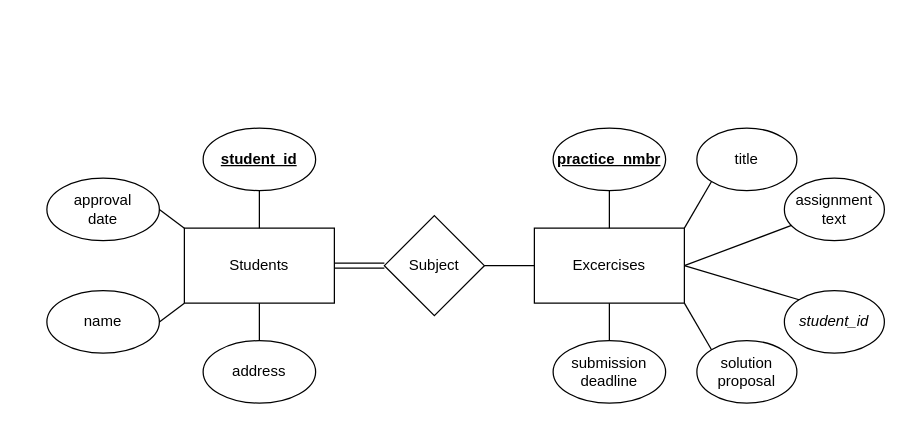
Earlier version of the draw.io diagram ER_Students_Excercises.drawio (oscar-dif/data-warehouse). Source tidied: cells renumbered, new cells numbered last; positions are measured from the earlier drawing's top-left corner, leaving out a move shared by most shapes. Both pictures are drawn from the tidied source at 125%, with x=0, y=0 at pixel (46, 128).
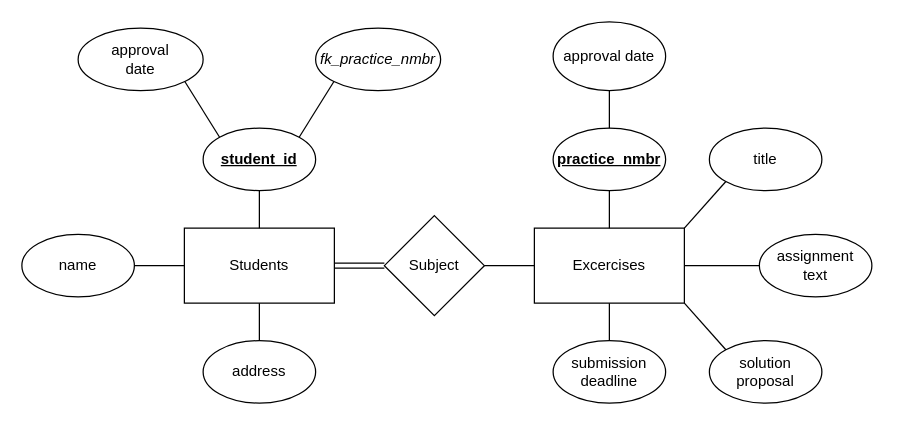
After the change.

Unchanged cells that the change refers to:
```xml
<mxCell id="3" value="Students" style="rounded=0;whiteSpace=wrap;html=1;" parent="1" vertex="1">
  <mxGeometry x="110" y="80" width="120" height="60" as="geometry" />
</mxCell>
<mxCell id="4" value="Excercises" style="rounded=0;whiteSpace=wrap;html=1;" parent="1" vertex="1">
  <mxGeometry x="390" y="80" width="120" height="60" as="geometry" />
</mxCell>
<mxCell id="7" value="&lt;b&gt;&lt;u&gt;practice_nmbr&lt;/u&gt;&lt;/b&gt;" style="ellipse;whiteSpace=wrap;html=1;" parent="1" vertex="1">
  <mxGeometry x="405" width="90" height="50" as="geometry" />
</mxCell>
<mxCell id="18" value="&lt;b&gt;&lt;u&gt;student_id&lt;/u&gt;&lt;/b&gt;" style="ellipse;whiteSpace=wrap;html=1;" parent="1" vertex="1">
  <mxGeometry x="125" width="90" height="50" as="geometry" />
</mxCell>
```

What changed in the source:
```diff
@@
     <mxCell id="8" value="title" style="ellipse;whiteSpace=wrap;html=1;" parent="1" vertex="1">
-      <mxGeometry x="520" width="80" height="50" as="geometry" />
+      <mxGeometry x="530" width="90" height="50" as="geometry" />
     </mxCell>
     <mxCell id="9" value="assignment&lt;br&gt;text" style="ellipse;whiteSpace=wrap;html=1;" parent="1" vertex="1">
-      <mxGeometry x="590" y="40" width="80" height="50" as="geometry" />
+      <mxGeometry x="570" y="85" width="90" height="50" as="geometry" />
     </mxCell>
     <mxCell id="10" value="solution&lt;br&gt;proposal" style="ellipse;whiteSpace=wrap;html=1;" parent="1" vertex="1">
-      <mxGeometry x="520" y="170" width="80" height="50" as="geometry" />
+      <mxGeometry x="530" y="170" width="90" height="50" as="geometry" />
     </mxCell>
@@
     <mxCell id="17" value="approval&lt;br&gt;date" style="ellipse;whiteSpace=wrap;html=1;" parent="1" vertex="1">
-      <mxGeometry y="40" width="90" height="50" as="geometry" />
+      <mxGeometry x="25" y="-80" width="100" height="50" as="geometry" />
     </mxCell>
@@
     <mxCell id="19" value="name" style="ellipse;whiteSpace=wrap;html=1;" parent="1" vertex="1">
-      <mxGeometry y="130" width="90" height="50" as="geometry" />
+      <mxGeometry x="-20" y="85" width="90" height="50" as="geometry" />
     </mxCell>
@@
-    <mxCell id="22" style="endArrow=none;html=1;rounded=0;exitX=1;exitY=0.5;exitDx=0;exitDy=0;" parent="1" edge="1" source="19">
-      <mxGeometry relative="1" as="geometry">
-        <mxPoint x="110" y="140" as="targetPoint" />
-      </mxGeometry>
+    <mxCell id="22" style="endArrow=none;html=1;rounded=0;exitX=1;exitY=0.5;exitDx=0;exitDy=0;entryX=0;entryY=0.5;entryDx=0;entryDy=0;" parent="1" edge="1" source="19" target="3">
+      <mxGeometry relative="1" as="geometry" />
     </mxCell>
-    <mxCell id="23" style="endArrow=none;html=1;rounded=0;exitX=1;exitY=0.5;exitDx=0;exitDy=0;entryX=0;entryY=0;entryDx=0;entryDy=0;" parent="1" edge="1" source="17" target="3">
+    <mxCell id="23" style="endArrow=none;html=1;rounded=0;exitX=1;exitY=1;exitDx=0;exitDy=0;entryX=0;entryY=0;entryDx=0;entryDy=0;" parent="1" edge="1" source="17" target="18">
       <mxGeometry relative="1" as="geometry" />
     </mxCell>
@@
-    <mxCell id="25" value="&lt;i&gt;student_id&lt;/i&gt;" style="ellipse;whiteSpace=wrap;html=1;" parent="1" vertex="1">
-      <mxGeometry x="590" y="130" width="80" height="50" as="geometry" />
-    </mxCell>
-    <mxCell id="26" style="endArrow=none;html=1;rounded=0;entryX=0;entryY=0;entryDx=0;entryDy=0;exitX=1;exitY=0.5;exitDx=0;exitDy=0;" parent="1" edge="1" source="4" target="25">
-      <mxGeometry relative="1" as="geometry" />
-    </mxCell>
+    <mxCell id="27" value="&lt;i&gt;fk_practice_nmbr&lt;/i&gt;" style="ellipse;whiteSpace=wrap;html=1;" parent="1" vertex="1">
+      <mxGeometry x="215" y="-80" width="100" height="50" as="geometry" />
+    </mxCell>
+    <mxCell id="28" style="endArrow=none;html=1;rounded=0;entryX=0;entryY=1;entryDx=0;entryDy=0;exitX=1;exitY=0;exitDx=0;exitDy=0;" parent="1" edge="1" source="18" target="27">
+      <mxGeometry relative="1" as="geometry" />
+    </mxCell>
+    <mxCell id="29" value="approval date" style="ellipse;whiteSpace=wrap;html=1;" parent="1" vertex="1">
+      <mxGeometry x="405" y="-85" width="90" height="55" as="geometry" />
+    </mxCell>
+    <mxCell id="30" style="endArrow=none;html=1;rounded=0;entryX=0.5;entryY=1;entryDx=0;entryDy=0;" parent="1" edge="1" source="7" target="29">
+      <mxGeometry relative="1" as="geometry" />
+    </mxCell>
```
